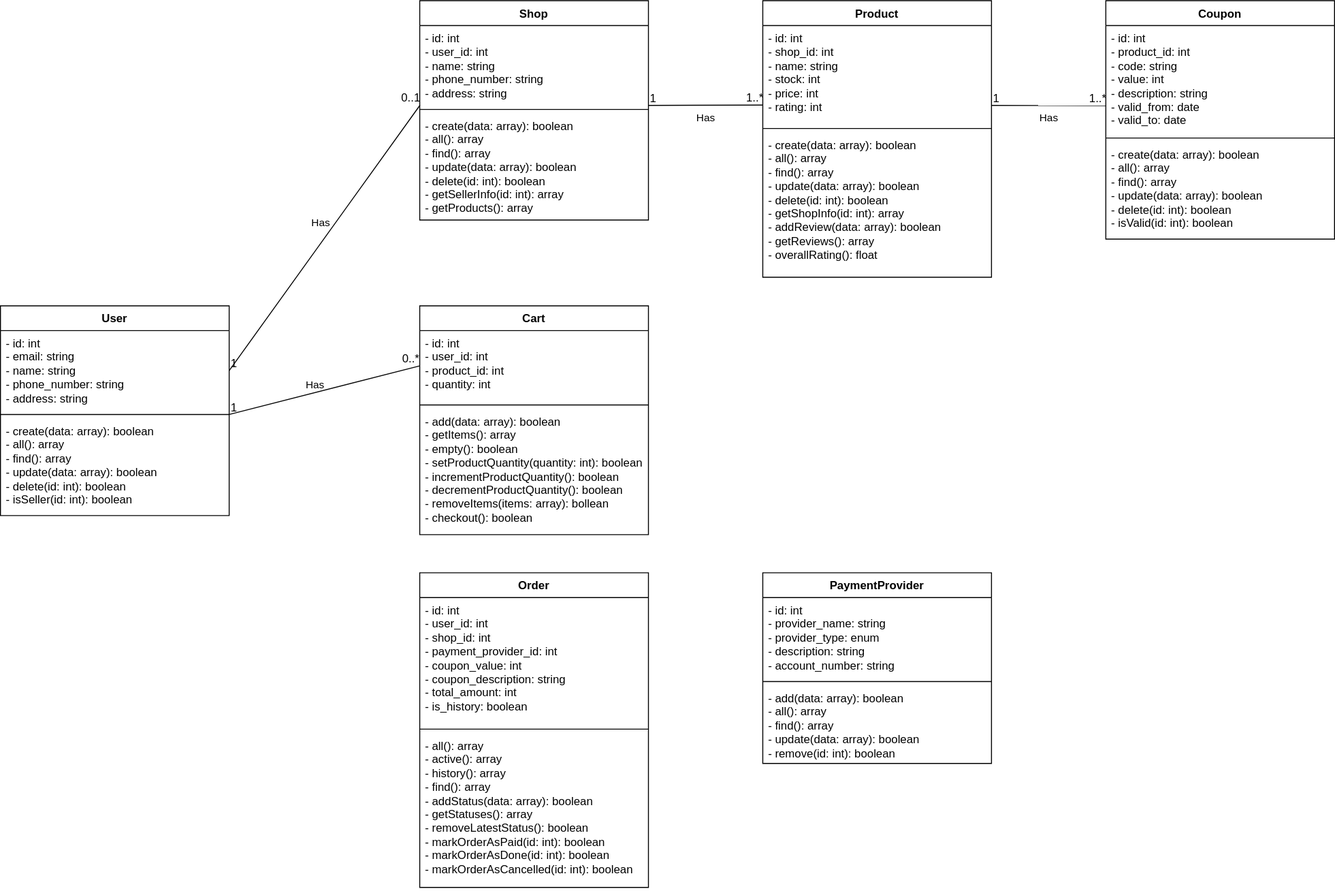
Earlier version of the draw.io export class-diagram.drawio.svg (redorgs/luxe-crafted). Source tidied: cells renumbered, new cells last; positions are measured from the earlier drawing's top-left corner, leaving out a move shared by most shapes.
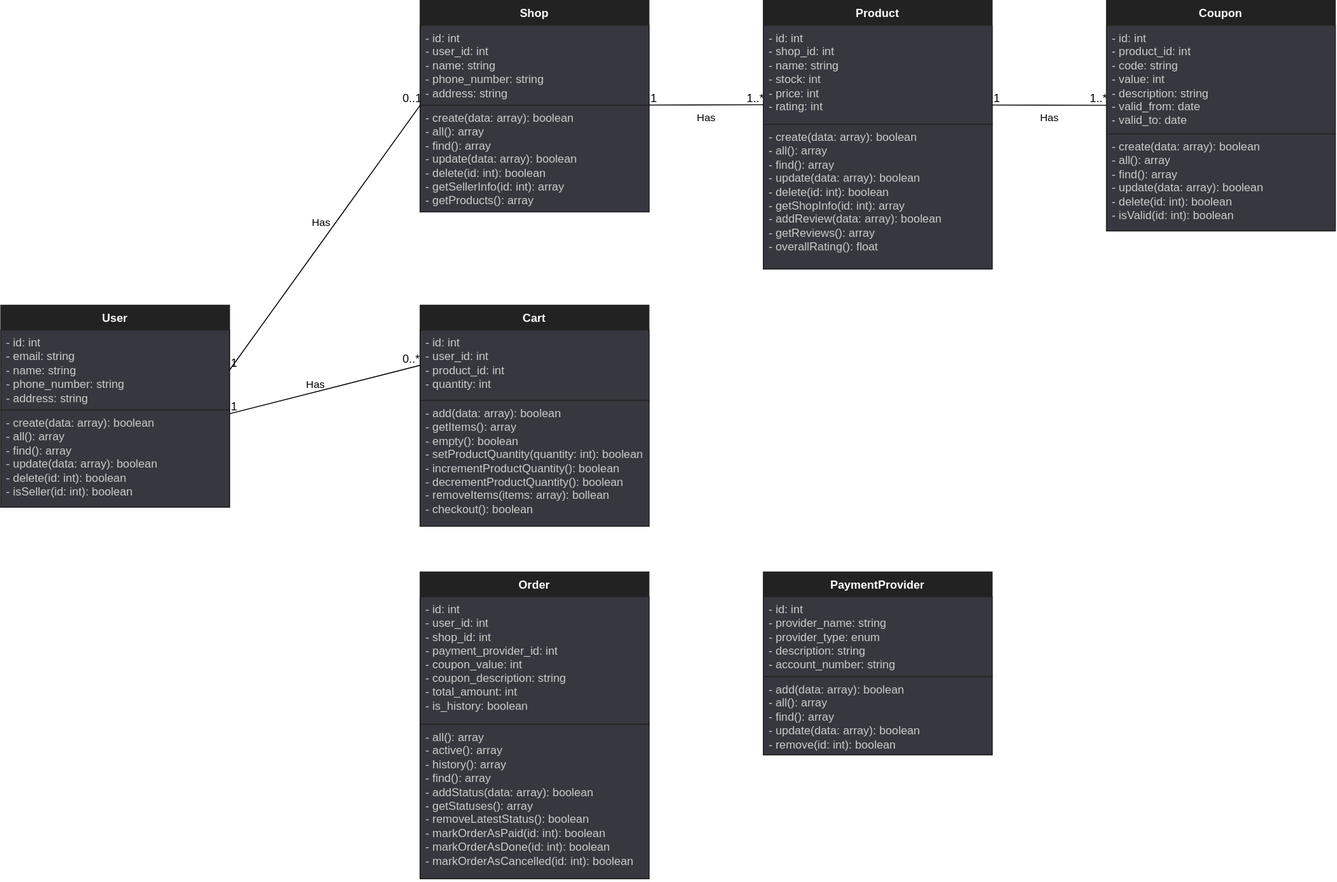
The same file after the commit.

The edit, as a diff of the source:
```diff
@@ -2,89 +2,68 @@
   <root>
     <mxCell id="0" />
     <mxCell id="1" parent="0" />
-    <mxCell id="2" value="User" style="swimlane;fontStyle=1;align=center;verticalAlign=top;horizontal=1;startSize=26;whiteSpace=wrap;html=1;" parent="1" vertex="1">
-      <mxGeometry y="320" width="240" height="220" as="geometry" />
+    <mxCell id="2" value="User" style="swimlane;fontStyle=1;align=center;verticalAlign=top;horizontal=1;startSize=26;whiteSpace=wrap;html=1;fillColor=#222222;strokeColor=#222222;fontColor=#FFFFFF;" parent="1" vertex="1">
+      <mxGeometry y="320" width="240" height="212" as="geometry" />
     </mxCell>
-    <mxCell id="3" value="- id: int&lt;br&gt;- email: string&lt;br&gt;- name: string&lt;br&gt;- phone_number: string&lt;br&gt;- address: string" style="text;strokeColor=none;fillColor=none;align=left;verticalAlign=top;spacingLeft=4;spacingRight=4;overflow=hidden;points=[[0,0.5],[1,0.5]];portConstraint=eastwest;whiteSpace=wrap;html=1;" parent="2" vertex="1">
+    <mxCell id="3" value="- id: int&lt;br&gt;- email: string&lt;br&gt;- name: string&lt;br&gt;- phone_number: string&lt;br&gt;- address: string" style="text;strokeColor=#222222;fillColor=#37383F;align=left;verticalAlign=top;spacingLeft=4;spacingRight=4;overflow=hidden;points=[[0,0.5],[1,0.5]];portConstraint=eastwest;whiteSpace=wrap;html=1;fontColor=#ccc;" parent="2" vertex="1">
       <mxGeometry y="26" width="240" height="84" as="geometry" />
     </mxCell>
-    <mxCell id="4" style="line;strokeWidth=1;fillColor=none;align=left;verticalAlign=middle;spacingTop=-1;spacingLeft=3;spacingRight=3;labelPosition=right;strokeColor=inherit;" parent="2" vertex="1">
-      <mxGeometry y="110" width="240" height="8" as="geometry" />
-    </mxCell>
-    <mxCell id="5" value="- create(data: array): boolean&lt;br&gt;- all(): array&lt;br&gt;- find(): array&lt;br&gt;- update(data: array): boolean&lt;br&gt;- delete(id: int): boolean&lt;br&gt;- isSeller(id: int): boolean" style="text;strokeColor=none;fillColor=none;align=left;verticalAlign=top;spacingLeft=4;spacingRight=4;overflow=hidden;whiteSpace=wrap;html=1;" parent="2" vertex="1">
-      <mxGeometry y="118" width="240" height="102" as="geometry" />
+    <mxCell id="5" value="- create(data: array): boolean&lt;br&gt;- all(): array&lt;br&gt;- find(): array&lt;br&gt;- update(data: array): boolean&lt;br&gt;- delete(id: int): boolean&lt;br&gt;- isSeller(id: int): boolean" style="text;strokeColor=#222222;fillColor=#37383F;align=left;verticalAlign=top;spacingLeft=4;spacingRight=4;overflow=hidden;whiteSpace=wrap;html=1;fontColor=#ccc;" parent="2" vertex="1">
+      <mxGeometry y="110" width="240" height="102" as="geometry" />
     </mxCell>
-    <mxCell id="6" value="Shop" style="swimlane;fontStyle=1;align=center;verticalAlign=top;horizontal=1;startSize=26;whiteSpace=wrap;html=1;" parent="1" vertex="1">
-      <mxGeometry x="440" width="240" height="230" as="geometry" />
+    <mxCell id="6" value="Shop" style="swimlane;fontStyle=1;align=center;verticalAlign=top;horizontal=1;startSize=26;whiteSpace=wrap;html=1;fillColor=#222222;strokeColor=#222222;fontColor=#FFFFFF;" parent="1" vertex="1">
+      <mxGeometry x="440" width="240" height="222" as="geometry" />
     </mxCell>
-    <mxCell id="7" value="- id: int&#10;- user_id: int&#10;- name: string&#10;- phone_number: string&#10;- address: string" style="text;strokeColor=none;fillColor=none;align=left;verticalAlign=top;spacingLeft=4;spacingRight=4;overflow=hidden;points=[[0,0.5],[1,0.5]];portConstraint=eastwest;whiteSpace=wrap;html=1;" parent="6" vertex="1">
+    <mxCell id="7" value="- id: int&#10;- user_id: int&#10;- name: string&#10;- phone_number: string&#10;- address: string" style="text;strokeColor=#222222;fillColor=#37383F;align=left;verticalAlign=top;spacingLeft=4;spacingRight=4;overflow=hidden;points=[[0,0.5],[1,0.5]];portConstraint=eastwest;whiteSpace=wrap;html=1;fontColor=#ccc;" parent="6" vertex="1">
       <mxGeometry y="26" width="240" height="84" as="geometry" />
     </mxCell>
-    <mxCell id="8" style="line;strokeWidth=1;fillColor=none;align=left;verticalAlign=middle;spacingTop=-1;spacingLeft=3;spacingRight=3;labelPosition=right;strokeColor=inherit;" parent="6" vertex="1">
-      <mxGeometry y="110" width="240" height="8" as="geometry" />
-    </mxCell>
-    <mxCell id="9" value="- create(data: array): boolean&#10;- all(): array&#10;- find(): array&#10;- update(data: array): boolean&#10;- delete(id: int): boolean&#10;- getSellerInfo(id: int): array&#10;- getProducts(): array" style="text;strokeColor=none;fillColor=none;align=left;verticalAlign=top;spacingLeft=4;spacingRight=4;overflow=hidden;whiteSpace=wrap;html=1;" parent="6" vertex="1">
-      <mxGeometry y="118" width="240" height="112" as="geometry" />
+    <mxCell id="9" value="- create(data: array): boolean&#10;- all(): array&#10;- find(): array&#10;- update(data: array): boolean&#10;- delete(id: int): boolean&#10;- getSellerInfo(id: int): array&#10;- getProducts(): array" style="text;strokeColor=#222222;fillColor=#37383F;align=left;verticalAlign=top;spacingLeft=4;spacingRight=4;overflow=hidden;whiteSpace=wrap;html=1;fontColor=#ccc;" parent="6" vertex="1">
+      <mxGeometry y="110" width="240" height="112" as="geometry" />
     </mxCell>
-    <mxCell id="10" value="&lt;div&gt;Product&lt;/div&gt;" style="swimlane;fontStyle=1;align=center;verticalAlign=top;horizontal=1;startSize=26;whiteSpace=wrap;html=1;" parent="1" vertex="1">
-      <mxGeometry x="800" width="240" height="290" as="geometry" />
+    <mxCell id="10" value="&lt;div&gt;Product&lt;/div&gt;" style="swimlane;fontStyle=1;align=center;verticalAlign=top;horizontal=1;startSize=26;whiteSpace=wrap;html=1;fillColor=#222222;strokeColor=#222222;fontColor=#FFFFFF;" parent="1" vertex="1">
+      <mxGeometry x="800" width="240" height="282" as="geometry" />
     </mxCell>
-    <mxCell id="11" value="- id: int&#10;- shop_id: int&#10;- name: string&#10;- stock: int&#10;- price: int&#10;- rating: int" style="text;strokeColor=none;fillColor=none;align=left;verticalAlign=top;spacingLeft=4;spacingRight=4;overflow=hidden;points=[[0,0.5],[1,0.5]];portConstraint=eastwest;whiteSpace=wrap;html=1;" parent="10" vertex="1">
+    <mxCell id="11" value="- id: int&#10;- shop_id: int&#10;- name: string&#10;- stock: int&#10;- price: int&#10;- rating: int" style="text;strokeColor=#222222;fillColor=#37383F;align=left;verticalAlign=top;spacingLeft=4;spacingRight=4;overflow=hidden;points=[[0,0.5],[1,0.5]];portConstraint=eastwest;whiteSpace=wrap;html=1;fontColor=#ccc;" parent="10" vertex="1">
       <mxGeometry y="26" width="240" height="104" as="geometry" />
     </mxCell>
-    <mxCell id="12" style="line;strokeWidth=1;fillColor=none;align=left;verticalAlign=middle;spacingTop=-1;spacingLeft=3;spacingRight=3;labelPosition=right;strokeColor=inherit;" parent="10" vertex="1">
-      <mxGeometry y="130" width="240" height="8" as="geometry" />
-    </mxCell>
-    <mxCell id="13" value="- create(data: array): boolean&#10;- all(): array&#10;- find(): array&#10;- update(data: array): boolean&#10;- delete(id: int): boolean&#10;- getShopInfo(id: int): array&#10;- addReview(data: array): boolean&#10;- getReviews(): array&#10;- overallRating(): float" style="text;strokeColor=none;fillColor=none;align=left;verticalAlign=top;spacingLeft=4;spacingRight=4;overflow=hidden;whiteSpace=wrap;html=1;" parent="10" vertex="1">
-      <mxGeometry y="138" width="240" height="152" as="geometry" />
+    <mxCell id="13" value="- create(data: array): boolean&#10;- all(): array&#10;- find(): array&#10;- update(data: array): boolean&#10;- delete(id: int): boolean&#10;- getShopInfo(id: int): array&#10;- addReview(data: array): boolean&#10;- getReviews(): array&#10;- overallRating(): float" style="text;strokeColor=#222222;fillColor=#37383F;align=left;verticalAlign=top;spacingLeft=4;spacingRight=4;overflow=hidden;whiteSpace=wrap;html=1;fontColor=#ccc;" parent="10" vertex="1">
+      <mxGeometry y="130" width="240" height="152" as="geometry" />
     </mxCell>
-    <mxCell id="14" value="Cart" style="swimlane;fontStyle=1;align=center;verticalAlign=top;horizontal=1;startSize=26;whiteSpace=wrap;html=1;" parent="1" vertex="1">
-      <mxGeometry x="440" y="320" width="240" height="240" as="geometry" />
+    <mxCell id="14" value="Cart" style="swimlane;fontStyle=1;align=center;verticalAlign=top;horizontal=1;startSize=26;whiteSpace=wrap;html=1;fillColor=#222222;strokeColor=#222222;fontColor=#FFFFFF;" parent="1" vertex="1">
+      <mxGeometry x="440" y="320" width="240" height="232" as="geometry" />
     </mxCell>
-    <mxCell id="15" value="- id: int&#10;- user_id: int&#10;- product_id: int&#10;- quantity: int" style="text;strokeColor=none;fillColor=none;align=left;verticalAlign=top;spacingLeft=4;spacingRight=4;overflow=hidden;points=[[0,0.5],[1,0.5]];portConstraint=eastwest;whiteSpace=wrap;html=1;" parent="14" vertex="1">
+    <mxCell id="15" value="- id: int&#10;- user_id: int&#10;- product_id: int&#10;- quantity: int" style="text;strokeColor=#222222;fillColor=#37383F;align=left;verticalAlign=top;spacingLeft=4;spacingRight=4;overflow=hidden;points=[[0,0.5],[1,0.5]];portConstraint=eastwest;whiteSpace=wrap;html=1;fontColor=#ccc;" parent="14" vertex="1">
       <mxGeometry y="26" width="240" height="74" as="geometry" />
     </mxCell>
-    <mxCell id="16" style="line;strokeWidth=1;fillColor=none;align=left;verticalAlign=middle;spacingTop=-1;spacingLeft=3;spacingRight=3;labelPosition=right;strokeColor=inherit;" parent="14" vertex="1">
-      <mxGeometry y="100" width="240" height="8" as="geometry" />
-    </mxCell>
-    <mxCell id="17" value="- add(data: array): boolean&#10;- getItems(): array&#10;- empty(): boolean&#10;- setProductQuantity(quantity: int): boolean&#10;- incrementProductQuantity(): boolean&#10;- decrementProductQuantity(): boolean&#10;- removeItems(items: array): bollean&#10;- checkout(): boolean" style="text;strokeColor=none;fillColor=none;align=left;verticalAlign=top;spacingLeft=4;spacingRight=4;overflow=hidden;whiteSpace=wrap;html=1;" parent="14" vertex="1">
-      <mxGeometry y="108" width="240" height="132" as="geometry" />
+    <mxCell id="17" value="- add(data: array): boolean&#10;- getItems(): array&#10;- empty(): boolean&#10;- setProductQuantity(quantity: int): boolean&#10;- incrementProductQuantity(): boolean&#10;- decrementProductQuantity(): boolean&#10;- removeItems(items: array): bollean&#10;- checkout(): boolean" style="text;strokeColor=#222222;fillColor=#37383F;align=left;verticalAlign=top;spacingLeft=4;spacingRight=4;overflow=hidden;whiteSpace=wrap;html=1;fontColor=#ccc;" parent="14" vertex="1">
+      <mxGeometry y="100" width="240" height="132" as="geometry" />
     </mxCell>
-    <mxCell id="18" value="PaymentProvider" style="swimlane;fontStyle=1;align=center;verticalAlign=top;horizontal=1;startSize=26;whiteSpace=wrap;html=1;" parent="1" vertex="1">
-      <mxGeometry x="800" y="600" width="240" height="200" as="geometry" />
+    <mxCell id="18" value="PaymentProvider" style="swimlane;fontStyle=1;align=center;verticalAlign=top;horizontal=1;startSize=26;whiteSpace=wrap;html=1;fillColor=#222222;strokeColor=#222222;fontColor=#FFFFFF;" parent="1" vertex="1">
+      <mxGeometry x="800" y="600" width="240" height="192" as="geometry" />
     </mxCell>
-    <mxCell id="19" value="- id: int&#10;- provider_name: string&#10;- provider_type: enum&#10;- description: string&#10;- account_number: string" style="text;strokeColor=none;fillColor=none;align=left;verticalAlign=top;spacingLeft=4;spacingRight=4;overflow=hidden;whiteSpace=wrap;html=1;" parent="18" vertex="1">
+    <mxCell id="19" value="- id: int&#10;- provider_name: string&#10;- provider_type: enum&#10;- description: string&#10;- account_number: string" style="text;strokeColor=#222222;fillColor=#37383F;align=left;verticalAlign=top;spacingLeft=4;spacingRight=4;overflow=hidden;whiteSpace=wrap;html=1;fontColor=#ccc;" parent="18" vertex="1">
       <mxGeometry y="26" width="240" height="84" as="geometry" />
     </mxCell>
-    <mxCell id="20" style="line;strokeWidth=1;fillColor=none;align=left;verticalAlign=middle;spacingTop=-1;spacingLeft=3;spacingRight=3;labelPosition=right;strokeColor=inherit;" parent="18" vertex="1">
-      <mxGeometry y="110" width="240" height="8" as="geometry" />
-    </mxCell>
-    <mxCell id="21" value="- add(data: array): boolean&#10;- all(): array&#10;- find(): array&#10;- update(data: array): boolean&#10;- remove(id: int): boolean" style="text;strokeColor=none;fillColor=none;align=left;verticalAlign=top;spacingLeft=4;spacingRight=4;overflow=hidden;whiteSpace=wrap;html=1;" parent="18" vertex="1">
-      <mxGeometry y="118" width="240" height="82" as="geometry" />
+    <mxCell id="21" value="- add(data: array): boolean&#10;- all(): array&#10;- find(): array&#10;- update(data: array): boolean&#10;- remove(id: int): boolean" style="text;strokeColor=#222222;fillColor=#37383F;align=left;verticalAlign=top;spacingLeft=4;spacingRight=4;overflow=hidden;whiteSpace=wrap;html=1;fontColor=#ccc;" parent="18" vertex="1">
+      <mxGeometry y="110" width="240" height="82" as="geometry" />
     </mxCell>
-    <mxCell id="22" value="Order" style="swimlane;fontStyle=1;align=center;verticalAlign=top;horizontal=1;startSize=26;whiteSpace=wrap;html=1;" parent="1" vertex="1">
-      <mxGeometry x="440" y="600" width="240" height="330" as="geometry" />
+    <mxCell id="22" value="Order" style="swimlane;fontStyle=1;align=center;verticalAlign=top;horizontal=1;startSize=26;whiteSpace=wrap;html=1;fillColor=#222222;strokeColor=#222222;fontColor=#FFFFFF;" parent="1" vertex="1">
+      <mxGeometry x="440" y="600" width="240" height="322" as="geometry" />
     </mxCell>
-    <mxCell id="23" value="- id: int&#10;- user_id: int&#10;- shop_id: int&#10;- payment_provider_id: int&#10;- coupon_value: int&#10;- coupon_description: string&#10;- total_amount: int&#10;- is_history: boolean" style="text;strokeColor=none;fillColor=none;align=left;verticalAlign=top;spacingLeft=4;spacingRight=4;overflow=hidden;whiteSpace=wrap;html=1;" parent="22" vertex="1">
+    <mxCell id="23" value="- id: int&#10;- user_id: int&#10;- shop_id: int&#10;- payment_provider_id: int&#10;- coupon_value: int&#10;- coupon_description: string&#10;- total_amount: int&#10;- is_history: boolean" style="text;strokeColor=#222222;fillColor=#37383F;align=left;verticalAlign=top;spacingLeft=4;spacingRight=4;overflow=hidden;whiteSpace=wrap;html=1;fontColor=#ccc;" parent="22" vertex="1">
       <mxGeometry y="26" width="240" height="134" as="geometry" />
     </mxCell>
-    <mxCell id="24" style="line;strokeWidth=1;fillColor=none;align=left;verticalAlign=middle;spacingTop=-1;spacingLeft=3;spacingRight=3;labelPosition=right;strokeColor=inherit;" parent="22" vertex="1">
-      <mxGeometry y="160" width="240" height="8" as="geometry" />
-    </mxCell>
-    <mxCell id="25" value="- all(): array&#10;- active(): array&#10;- history(): array&#10;- find(): array&#10;- addStatus(data: array): boolean&#10;- getStatuses(): array&#10;- removeLatestStatus(): boolean&#10;- markOrderAsPaid(id: int): boolean&#10;- markOrderAsDone(id: int): boolean&#10;- markOrderAsCancelled(id: int): boolean" style="text;strokeColor=none;fillColor=none;align=left;verticalAlign=top;spacingLeft=4;spacingRight=4;overflow=hidden;whiteSpace=wrap;html=1;" parent="22" vertex="1">
-      <mxGeometry y="168" width="240" height="162" as="geometry" />
+    <mxCell id="25" value="- all(): array&#10;- active(): array&#10;- history(): array&#10;- find(): array&#10;- addStatus(data: array): boolean&#10;- getStatuses(): array&#10;- removeLatestStatus(): boolean&#10;- markOrderAsPaid(id: int): boolean&#10;- markOrderAsDone(id: int): boolean&#10;- markOrderAsCancelled(id: int): boolean" style="text;strokeColor=#222222;fillColor=#37383F;align=left;verticalAlign=top;spacingLeft=4;spacingRight=4;overflow=hidden;whiteSpace=wrap;html=1;fontColor=#ccc;" parent="22" vertex="1">
+      <mxGeometry y="160" width="240" height="162" as="geometry" />
     </mxCell>
-    <mxCell id="26" value="Coupon" style="swimlane;fontStyle=1;align=center;verticalAlign=top;horizontal=1;startSize=26;whiteSpace=wrap;html=1;" parent="1" vertex="1">
-      <mxGeometry x="1160" width="240" height="250" as="geometry" />
+    <mxCell id="26" value="Coupon" style="swimlane;fontStyle=1;align=center;verticalAlign=top;horizontal=1;startSize=26;whiteSpace=wrap;html=1;fillColor=#222222;strokeColor=#222222;fontColor=#FFFFFF;" parent="1" vertex="1">
+      <mxGeometry x="1160" width="240" height="242" as="geometry" />
     </mxCell>
-    <mxCell id="27" value="- id: int&#10;- product_id: int&#10;- code: string&#10;- value: int&#10;- description: string&#10;- valid_from: date&#10;- valid_to: date" style="text;strokeColor=none;fillColor=none;align=left;verticalAlign=top;spacingLeft=4;spacingRight=4;overflow=hidden;whiteSpace=wrap;html=1;" parent="26" vertex="1">
+    <mxCell id="27" value="- id: int&#10;- product_id: int&#10;- code: string&#10;- value: int&#10;- description: string&#10;- valid_from: date&#10;- valid_to: date" style="text;strokeColor=#222222;fillColor=#37383F;align=left;verticalAlign=top;spacingLeft=4;spacingRight=4;overflow=hidden;whiteSpace=wrap;html=1;fontColor=#ccc;" parent="26" vertex="1">
       <mxGeometry y="26" width="240" height="114" as="geometry" />
     </mxCell>
-    <mxCell id="28" style="line;strokeWidth=1;fillColor=none;align=left;verticalAlign=middle;spacingTop=-1;spacingLeft=3;spacingRight=3;labelPosition=right;strokeColor=inherit;" parent="26" vertex="1">
-      <mxGeometry y="140" width="240" height="8" as="geometry" />
-    </mxCell>
-    <mxCell id="29" value="- create(data: array): boolean&#10;- all(): array&#10;- find(): array&#10;- update(data: array): boolean&#10;- delete(id: int): boolean&#10;- isValid(id: int): boolean" style="text;strokeColor=none;fillColor=none;align=left;verticalAlign=top;spacingLeft=4;spacingRight=4;overflow=hidden;whiteSpace=wrap;html=1;" parent="26" vertex="1">
-      <mxGeometry y="148" width="240" height="102" as="geometry" />
+    <mxCell id="29" value="- create(data: array): boolean&#10;- all(): array&#10;- find(): array&#10;- update(data: array): boolean&#10;- delete(id: int): boolean&#10;- isValid(id: int): boolean" style="text;strokeColor=#222222;fillColor=#37383F;align=left;verticalAlign=top;spacingLeft=4;spacingRight=4;overflow=hidden;whiteSpace=wrap;html=1;fontColor=#ccc;" parent="26" vertex="1">
+      <mxGeometry y="140" width="240" height="102" as="geometry" />
     </mxCell>
     <mxCell id="30" value="Has" style="endArrow=none;html=1;rounded=0;align=center;verticalAlign=top;endFill=0;labelBackgroundColor=none;exitX=1;exitY=0.5;exitDx=0;exitDy=0;entryX=0.001;entryY=0.996;entryDx=0;entryDy=0;entryPerimeter=0;" parent="1" edge="1" source="3" target="7">
       <mxGeometry x="0.12" y="20" relative="1" as="geometry" />
```
